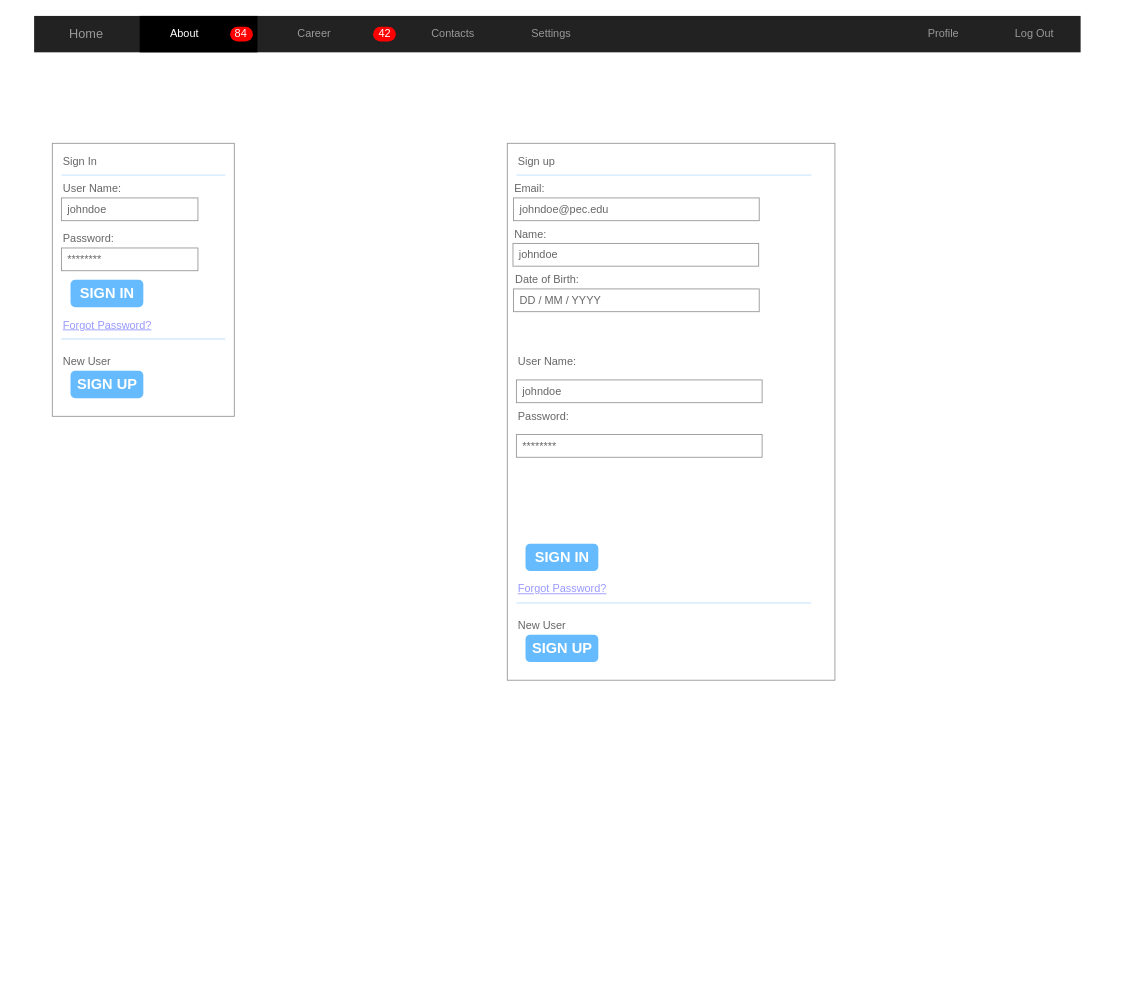
Above: page "Page-1" (1 of 3) of Untitled Diagram.drawio in Luci07Devil/github-slideshow (draw.io), before the change. Source tidied: cells renumbered, new cells numbered last; positions are measured from the earlier drawing's top-left corner, leaving out a move shared by most shapes. Both pictures are drawn from the tidied source at 91%, with x=0, y=0 at pixel (34, 15). Pictures stored in the file or linked from it are replaced by grey dashed boxes.
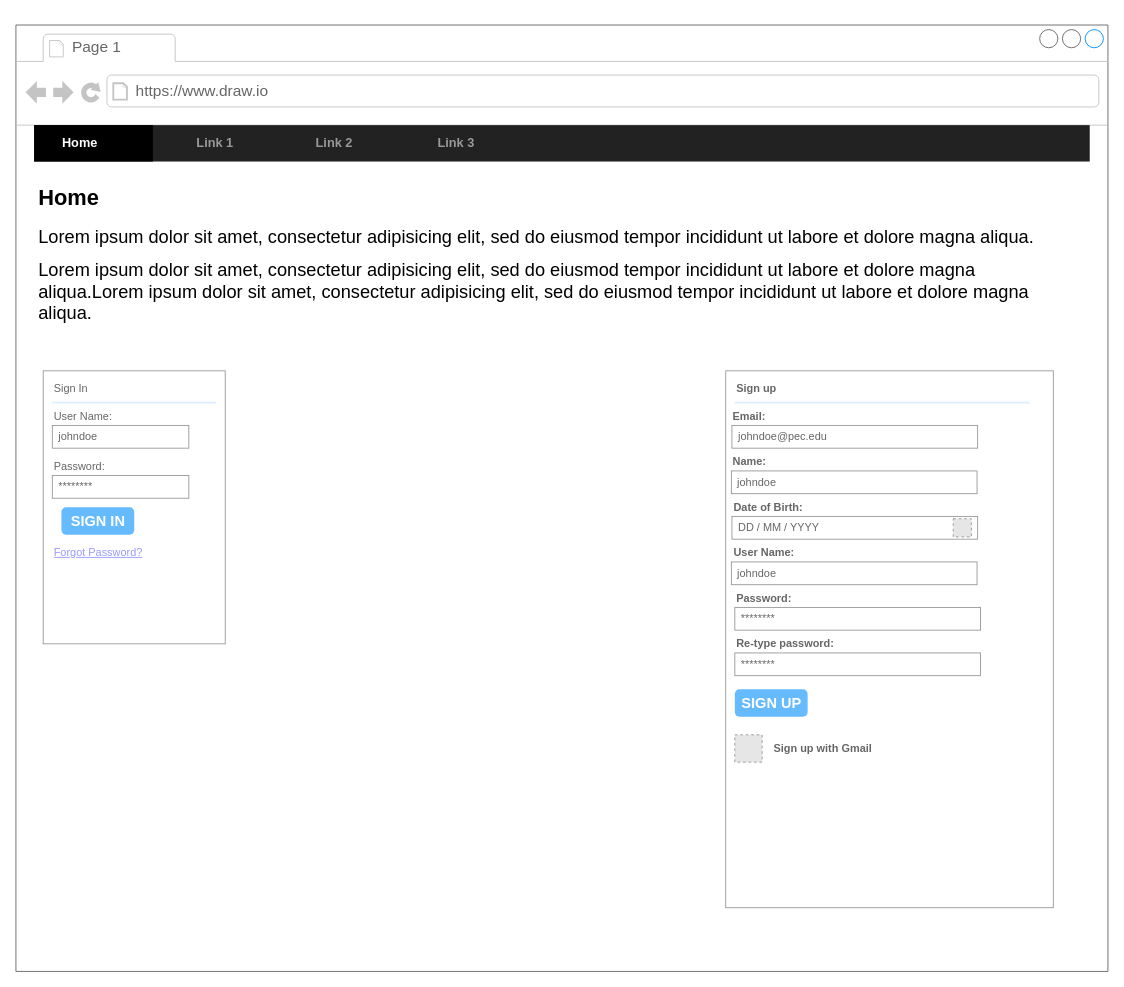
The same diagram, later.

Change to the diagram source:
```diff
@@
+    <mxCell id="42" style="strokeWidth=1;shadow=0;dashed=0;align=center;html=1;shape=mxgraph.mockup.containers.browserWindow;rSize=0;strokeColor=#666666;strokeColor2=#008cff;strokeColor3=#c4c4c4;mainText=,;fillColor=none;" parent="1" vertex="1">
+      <mxGeometry x="-20" y="10" width="1200" height="1040" as="geometry" />
+    </mxCell>
+    <mxCell id="43" value="Page 1" style="strokeWidth=1;shadow=0;dashed=0;align=center;html=1;shape=mxgraph.mockup.containers.anchor;fontSize=17;fontColor=#666666;align=left;" parent="42" vertex="1">
+      <mxGeometry x="60" y="12" width="110" height="26" as="geometry" />
+    </mxCell>
+    <mxCell id="44" value="https://www.draw.io" style="strokeWidth=1;shadow=0;dashed=0;align=center;html=1;shape=mxgraph.mockup.containers.anchor;rSize=0;fontSize=17;fontColor=#666666;align=left;" parent="42" vertex="1">
+      <mxGeometry x="130" y="60" width="250" height="26" as="geometry" />
+    </mxCell>
-    <mxCell id="2" style="html=1;shadow=0;dashed=0;shape=mxgraph.bootstrap.rect;fillColor=#222222;strokeColor=none;whiteSpace=wrap;rounded=0;fontSize=12;fontColor=#000000;align=center;" parent="1" vertex="1">
-      <mxGeometry width="1150" height="40" as="geometry" />
+    <mxCell id="2" style="html=1;shadow=0;dashed=0;shape=mxgraph.bootstrap.rect;fillColor=#222222;strokeColor=none;whiteSpace=wrap;rounded=0;fontSize=12;fontColor=#000000;align=center;" parent="42" vertex="1">
+      <mxGeometry x="20" y="110" width="1160" height="40" as="geometry" />
     </mxCell>
-    <mxCell id="3" value="Home" style="html=1;shadow=0;dashed=0;fillColor=none;strokeColor=none;shape=mxgraph.bootstrap.rect;fontColor=#999999;fontSize=14;whiteSpace=wrap;" parent="2" vertex="1">
-      <mxGeometry width="115" height="40" as="geometry" />
+    <mxCell id="3" value="&lt;b&gt;Link 1&lt;/b&gt;" style="html=1;shadow=0;dashed=0;fillColor=none;strokeColor=none;shape=mxgraph.bootstrap.rect;fontColor=#999999;fontSize=14;whiteSpace=wrap;" parent="2" vertex="1">
+      <mxGeometry x="141.2" width="116" height="40" as="geometry" />
     </mxCell>
+    <mxCell id="8" value="&lt;b&gt;&lt;font style=&quot;font-size: 14px&quot;&gt;Link 3&lt;/font&gt;&lt;/b&gt;" style="html=1;shadow=0;dashed=0;fillColor=none;strokeColor=none;shape=mxgraph.bootstrap.rect;fontColor=#999999;whiteSpace=wrap;" parent="2" vertex="1">
+      <mxGeometry x="406" width="116" height="40" as="geometry" />
+    </mxCell>
+    <mxCell id="45" value="&lt;b&gt;&lt;font style=&quot;font-size: 14px&quot;&gt;Link 2&lt;/font&gt;&lt;/b&gt;" style="html=1;shadow=0;dashed=0;fillColor=none;strokeColor=none;shape=mxgraph.bootstrap.rect;fontColor=#999999;whiteSpace=wrap;" parent="2" vertex="1">
+      <mxGeometry x="272.3" width="116" height="40" as="geometry" />
+    </mxCell>
-    <mxCell id="4" value="About" style="html=1;shadow=0;dashed=0;shape=mxgraph.bootstrap.rect;fillColor=#000000;strokeColor=none;fontColor=#ffffff;spacingRight=30;whiteSpace=wrap;" parent="2" vertex="1">
-      <mxGeometry x="116" width="129.4" height="40" as="geometry" />
+    <mxCell id="4" value="&lt;b&gt;&lt;font style=&quot;font-size: 14px&quot;&gt;Home&lt;/font&gt;&lt;/b&gt;" style="html=1;shadow=0;dashed=0;shape=mxgraph.bootstrap.rect;fillColor=#000000;strokeColor=none;fontColor=#ffffff;spacingRight=30;whiteSpace=wrap;" parent="2" vertex="1">
+      <mxGeometry width="130.5" height="40" as="geometry" />
     </mxCell>
-    <mxCell id="5" value="84" style="html=1;shadow=0;dashed=0;shape=mxgraph.bootstrap.rrect;rSize=8;fillColor=#ff0000;strokeColor=none;fontColor=#ffffff;whiteSpace=wrap;" parent="4" vertex="1">
-      <mxGeometry x="1" y="0.5" width="25" height="16" relative="1" as="geometry">
-        <mxPoint x="-30" y="-8" as="offset" />
-      </mxGeometry>
-    </mxCell>
-    <mxCell id="6" value="Career" style="html=1;shadow=0;dashed=0;fillColor=none;strokeColor=none;shape=mxgraph.bootstrap.rect;fontColor=#999999;spacingRight=30;whiteSpace=wrap;" parent="2" vertex="1">
-      <mxGeometry x="244.4" width="158.1" height="40" as="geometry" />
-    </mxCell>
-    <mxCell id="7" value="42" style="html=1;shadow=0;dashed=0;shape=mxgraph.bootstrap.rrect;rSize=8;fillColor=#ff0000;strokeColor=none;fontColor=#ffffff;whiteSpace=wrap;" parent="6" vertex="1">
-      <mxGeometry x="1" y="0.5" width="25" height="16" relative="1" as="geometry">
-        <mxPoint x="-30" y="-8" as="offset" />
-      </mxGeometry>
-    </mxCell>
-    <mxCell id="8" value="Contacts" style="html=1;shadow=0;dashed=0;fillColor=none;strokeColor=none;shape=mxgraph.bootstrap.rect;fontColor=#999999;whiteSpace=wrap;" parent="2" vertex="1">
-      <mxGeometry x="402.5" width="115" height="40" as="geometry" />
-    </mxCell>
-    <mxCell id="9" value="Settings" style="html=1;shadow=0;dashed=0;fillColor=none;strokeColor=none;shape=mxgraph.bootstrap.rect;fontColor=#999999;whiteSpace=wrap;" parent="2" vertex="1">
-      <mxGeometry x="517.5" width="100.6" height="40" as="geometry" />
-    </mxCell>
-    <mxCell id="10" value="Profile" style="html=1;shadow=0;dashed=0;fillColor=none;strokeColor=none;shape=mxgraph.bootstrap.rect;fontColor=#999999;whiteSpace=wrap;" parent="2" vertex="1">
-      <mxGeometry x="948.8" width="100.6" height="40" as="geometry" />
-    </mxCell>
-    <mxCell id="11" value="Log Out" style="html=1;shadow=0;dashed=0;fillColor=none;strokeColor=none;shape=mxgraph.bootstrap.rect;fontColor=#999999;whiteSpace=wrap;" parent="2" vertex="1">
-      <mxGeometry x="1049.4" width="100.6" height="40" as="geometry" />
-    </mxCell>
-    <mxCell id="12" style="strokeWidth=1;shadow=0;dashed=0;align=center;html=1;shape=mxgraph.mockup.forms.rrect;rSize=0;strokeColor=#999999;fillColor=#ffffff;" parent="1" vertex="1">
-      <mxGeometry x="20" y="140" width="200" height="300" as="geometry" />
+    <mxCell id="12" style="strokeWidth=1;shadow=0;dashed=0;align=center;html=1;shape=mxgraph.mockup.forms.rrect;rSize=0;strokeColor=#999999;fillColor=#ffffff;" parent="42" vertex="1">
+      <mxGeometry x="30" y="380" width="200" height="300" as="geometry" />
     </mxCell>
@@
-    <mxCell id="21" style="shape=line;strokeColor=#ddeeff;strokeWidth=2;html=1;" parent="12" vertex="1">
-      <mxGeometry y="1" width="180" height="10" relative="1" as="geometry">
-        <mxPoint x="10" y="-90" as="offset" />
-      </mxGeometry>
-    </mxCell>
-    <mxCell id="22" value="New User" style="strokeWidth=1;shadow=0;dashed=0;align=center;html=1;shape=mxgraph.mockup.forms.anchor;fontSize=12;fontColor=#666666;align=left;spacingLeft=0;" parent="12" vertex="1">
-      <mxGeometry y="1" width="150" height="20" relative="1" as="geometry">
-        <mxPoint x="10" y="-70" as="offset" />
-      </mxGeometry>
-    </mxCell>
-    <mxCell id="23" value="SIGN UP" style="strokeWidth=1;shadow=0;dashed=0;align=center;html=1;shape=mxgraph.mockup.forms.rrect;rSize=5;strokeColor=none;fontColor=#ffffff;fillColor=#66bbff;fontSize=16;fontStyle=1;" parent="12" vertex="1">
-      <mxGeometry y="1" width="80" height="30" relative="1" as="geometry">
-        <mxPoint x="20" y="-50" as="offset" />
-      </mxGeometry>
-    </mxCell>
-    <mxCell id="24" style="strokeWidth=1;shadow=0;dashed=0;align=center;html=1;shape=mxgraph.mockup.forms.rrect;rSize=0;strokeColor=#999999;fillColor=#ffffff;" parent="1" vertex="1">
-      <mxGeometry x="520" y="140" width="360" height="590" as="geometry" />
+    <mxCell id="24" style="strokeWidth=1;shadow=0;dashed=0;align=center;html=1;shape=mxgraph.mockup.forms.rrect;rSize=0;strokeColor=#999999;fillColor=#ffffff;" parent="42" vertex="1">
+      <mxGeometry x="780" y="380" width="360" height="590" as="geometry" />
     </mxCell>
-    <mxCell id="25" value="Sign up" style="strokeWidth=1;shadow=0;dashed=0;align=center;html=1;shape=mxgraph.mockup.forms.anchor;fontSize=12;fontColor=#666666;align=left;spacingLeft=0;" parent="24" vertex="1">
+    <mxCell id="25" value="&lt;b&gt;Sign up&lt;/b&gt;" style="strokeWidth=1;shadow=0;dashed=0;align=center;html=1;shape=mxgraph.mockup.forms.anchor;fontSize=12;fontColor=#666666;align=left;spacingLeft=0;" parent="24" vertex="1">
       <mxGeometry width="180" height="20" relative="1" as="geometry">
         <mxPoint x="10" y="10" as="offset" />
       </mxGeometry>
     </mxCell>
@@
-    <mxCell id="27" value="User Name:" style="strokeWidth=1;shadow=0;dashed=0;align=center;html=1;shape=mxgraph.mockup.forms.anchor;fontSize=12;fontColor=#666666;align=left;spacingLeft=0;" parent="24" vertex="1">
+    <mxCell id="27" value="&lt;b&gt;User Name:&lt;/b&gt;" style="strokeWidth=1;shadow=0;dashed=0;align=center;html=1;shape=mxgraph.mockup.forms.anchor;fontSize=12;fontColor=#666666;align=left;spacingLeft=0;" parent="24" vertex="1">
       <mxGeometry width="180" height="20" relative="1" as="geometry">
-        <mxPoint x="10" y="230" as="offset" />
+        <mxPoint x="6.8" y="190" as="offset" />
       </mxGeometry>
     </mxCell>
     <mxCell id="28" value="johndoe" style="strokeWidth=1;shadow=0;dashed=0;align=center;html=1;shape=mxgraph.mockup.forms.rrect;rSize=0;strokeColor=#999999;fontColor=#666666;align=left;spacingLeft=5;" parent="24" vertex="1">
       <mxGeometry width="270" height="25" relative="1" as="geometry">
-        <mxPoint x="10" y="260" as="offset" />
+        <mxPoint x="6.2" y="210" as="offset" />
       </mxGeometry>
     </mxCell>
-    <mxCell id="29" value="Password:" style="strokeWidth=1;shadow=0;dashed=0;align=center;html=1;shape=mxgraph.mockup.forms.anchor;fontSize=12;fontColor=#666666;align=left;spacingLeft=0;" parent="24" vertex="1">
+    <mxCell id="29" value="&lt;b&gt;Password:&lt;/b&gt;" style="strokeWidth=1;shadow=0;dashed=0;align=center;html=1;shape=mxgraph.mockup.forms.anchor;fontSize=12;fontColor=#666666;align=left;spacingLeft=0;" parent="24" vertex="1">
       <mxGeometry width="180" height="20" relative="1" as="geometry">
-        <mxPoint x="10" y="290" as="offset" />
+        <mxPoint x="10" y="240" as="offset" />
       </mxGeometry>
     </mxCell>
     <mxCell id="30" value="********" style="strokeWidth=1;shadow=0;dashed=0;align=center;html=1;shape=mxgraph.mockup.forms.rrect;rSize=0;strokeColor=#999999;fontColor=#666666;align=left;spacingLeft=5;" parent="24" vertex="1">
       <mxGeometry width="270" height="25" relative="1" as="geometry">
-        <mxPoint x="10" y="320" as="offset" />
+        <mxPoint x="10" y="260" as="offset" />
       </mxGeometry>
     </mxCell>
-    <mxCell id="31" value="SIGN IN" style="strokeWidth=1;shadow=0;dashed=0;align=center;html=1;shape=mxgraph.mockup.forms.rrect;rSize=5;strokeColor=none;fontColor=#ffffff;fillColor=#66bbff;fontSize=16;fontStyle=1;" parent="24" vertex="1">
-      <mxGeometry y="1" width="80" height="30" relative="1" as="geometry">
-        <mxPoint x="20" y="-150" as="offset" />
-      </mxGeometry>
-    </mxCell>
-    <mxCell id="32" value="Forgot Password?" style="strokeWidth=1;shadow=0;dashed=0;align=center;html=1;shape=mxgraph.mockup.forms.anchor;fontSize=12;fontColor=#9999ff;align=left;spacingLeft=0;fontStyle=4;" parent="24" vertex="1">
-      <mxGeometry y="1" width="270" height="20" relative="1" as="geometry">
-        <mxPoint x="10" y="-110" as="offset" />
-      </mxGeometry>
-    </mxCell>
-    <mxCell id="33" style="shape=line;strokeColor=#ddeeff;strokeWidth=2;html=1;" parent="24" vertex="1">
-      <mxGeometry y="1" width="324" height="10" relative="1" as="geometry">
-        <mxPoint x="10" y="-90" as="offset" />
-      </mxGeometry>
-    </mxCell>
-    <mxCell id="34" value="New User" style="strokeWidth=1;shadow=0;dashed=0;align=center;html=1;shape=mxgraph.mockup.forms.anchor;fontSize=12;fontColor=#666666;align=left;spacingLeft=0;" parent="24" vertex="1">
-      <mxGeometry y="1" width="270" height="20" relative="1" as="geometry">
-        <mxPoint x="10" y="-70" as="offset" />
-      </mxGeometry>
-    </mxCell>
     <mxCell id="35" value="SIGN UP" style="strokeWidth=1;shadow=0;dashed=0;align=center;html=1;shape=mxgraph.mockup.forms.rrect;rSize=5;strokeColor=none;fontColor=#ffffff;fillColor=#66bbff;fontSize=16;fontStyle=1;" parent="24" vertex="1">
       <mxGeometry y="1" width="80" height="30" relative="1" as="geometry">
-        <mxPoint x="20" y="-50" as="offset" />
+        <mxPoint x="10" y="-240" as="offset" />
       </mxGeometry>
     </mxCell>
-    <mxCell id="36" value="Email:" style="strokeWidth=1;shadow=0;dashed=0;align=center;html=1;shape=mxgraph.mockup.forms.anchor;fontSize=12;fontColor=#666666;align=left;spacingLeft=0;" parent="24" vertex="1">
+    <mxCell id="36" value="&lt;b&gt;Email:&lt;/b&gt;" style="strokeWidth=1;shadow=0;dashed=0;align=center;html=1;shape=mxgraph.mockup.forms.anchor;fontSize=12;fontColor=#666666;align=left;spacingLeft=0;" parent="24" vertex="1">
       <mxGeometry x="6.2" y="40" width="180" height="20" as="geometry" />
     </mxCell>
@@
-    <mxCell id="38" value="Name:" style="strokeWidth=1;shadow=0;dashed=0;align=center;html=1;shape=mxgraph.mockup.forms.anchor;fontSize=12;fontColor=#666666;align=left;spacingLeft=0;" parent="24" vertex="1">
+    <mxCell id="38" value="&lt;b&gt;Name:&lt;/b&gt;" style="strokeWidth=1;shadow=0;dashed=0;align=center;html=1;shape=mxgraph.mockup.forms.anchor;fontSize=12;fontColor=#666666;align=left;spacingLeft=0;" parent="24" vertex="1">
       <mxGeometry x="6.2" y="90" width="180" height="20" as="geometry" />
     </mxCell>
@@
-    <mxCell id="40" value="Date of Birth:" style="strokeWidth=1;shadow=0;dashed=0;align=center;html=1;shape=mxgraph.mockup.forms.anchor;fontSize=12;fontColor=#666666;align=left;spacingLeft=0;" parent="24" vertex="1">
+    <mxCell id="40" value="&lt;b&gt;Date of Birth:&lt;/b&gt;" style="strokeWidth=1;shadow=0;dashed=0;align=center;html=1;shape=mxgraph.mockup.forms.anchor;fontSize=12;fontColor=#666666;align=left;spacingLeft=0;" parent="24" vertex="1">
       <mxGeometry x="6.8" y="140" width="180" height="20" as="geometry" />
     </mxCell>
@@
+    <mxCell id="46" style="fillColor=#E6E6E6;strokeColor=#999999;dashed=1;html=1;verticalAlign=top;verticalLabelPosition=bottom;labelBackgroundColor=#ffffff;" parent="24" vertex="1">
+      <mxGeometry x="250" y="162.5" width="20" height="20" as="geometry" />
+    </mxCell>
+    <mxCell id="47" value="&lt;b&gt;Re-type password:&lt;/b&gt;" style="strokeWidth=1;shadow=0;dashed=0;align=center;html=1;shape=mxgraph.mockup.forms.anchor;fontSize=12;fontColor=#666666;align=left;spacingLeft=0;" parent="24" vertex="1">
+      <mxGeometry x="10" y="290" width="180" height="20" as="geometry" />
+    </mxCell>
+    <mxCell id="48" value="********" style="strokeWidth=1;shadow=0;dashed=0;align=center;html=1;shape=mxgraph.mockup.forms.rrect;rSize=0;strokeColor=#999999;fontColor=#666666;align=left;spacingLeft=5;" parent="24" vertex="1">
+      <mxGeometry x="10" y="310" width="270" height="25" as="geometry" />
+    </mxCell>
+    <mxCell id="49" value="&lt;b&gt;Sign up with Gmail&lt;/b&gt;" style="strokeWidth=1;shadow=0;dashed=0;align=center;html=1;shape=mxgraph.mockup.forms.anchor;fontSize=12;fontColor=#666666;align=left;spacingLeft=0;" parent="24" vertex="1">
+      <mxGeometry x="51.2" y="405" width="180" height="20" as="geometry" />
+    </mxCell>
+    <mxCell id="50" style="fillColor=#E6E6E6;strokeColor=#999999;dashed=1;html=1;verticalAlign=top;verticalLabelPosition=bottom;labelBackgroundColor=#ffffff;" parent="24" vertex="1">
+      <mxGeometry x="10" y="400" width="30" height="30" as="geometry" />
+    </mxCell>
+    <mxCell id="51" value="&lt;h1&gt;Home&lt;/h1&gt;&lt;p&gt;&lt;font style=&quot;font-size: 20px&quot;&gt;Lorem ipsum dolor sit amet, consectetur adipisicing elit, sed do eiusmod tempor incididunt ut labore et dolore magna aliqua.&lt;/font&gt;&lt;/p&gt;&lt;span style=&quot;font-size: 20px&quot;&gt;Lorem ipsum dolor sit amet, consectetur adipisicing elit, sed do eiusmod tempor incididunt ut labore et dolore magna aliqua.&lt;/span&gt;&lt;span style=&quot;font-size: 20px&quot;&gt;Lorem ipsum dolor sit amet, consectetur adipisicing elit, sed do eiusmod tempor incididunt ut labore et dolore magna aliqua.&lt;/span&gt;" style="text;html=1;strokeColor=none;fillColor=none;spacing=5;spacingTop=-20;whiteSpace=wrap;overflow=hidden;rounded=0;shadow=0;" parent="42" vertex="1">
+      <mxGeometry x="20" y="170" width="1150" height="160" as="geometry" />
+    </mxCell>
```
